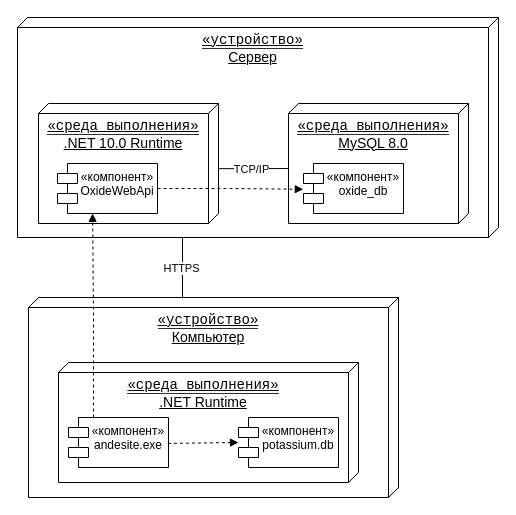
This is diagrams/deployment-diagram-small.drawio from KlosHiHi/CursedProj, a draw.io file, before an edit. Source tidied: cells renumbered, new cells numbered last; positions are measured from the earlier drawing's top-left corner, leaving out a move shared by most shapes. Both pictures are drawn from the tidied source at 100%, with x=0, y=0 at pixel (17, 17).
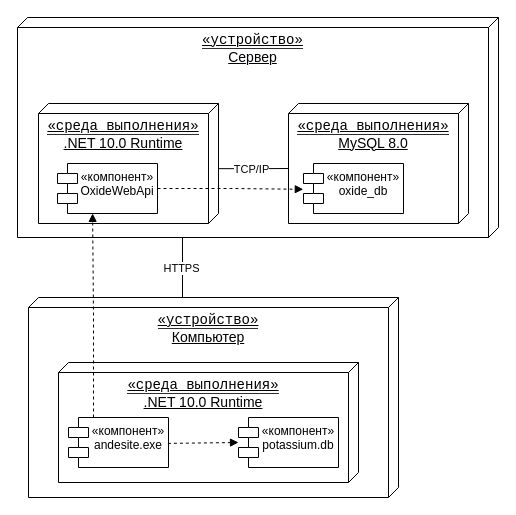
The same page after the edit.

Diff of the diagram source:
```diff
@@
-    <mxCell id="8" value="&lt;code style=&quot;text-decoration-line: none; margin: 0px; border-bottom: 1.25px solid rgb(44, 46, 53);&quot; class=&quot;KDcb0c&quot; dir=&quot;ltr&quot;&gt;&lt;font style=&quot;font-size: 14px;&quot;&gt;«среда выполнения»&lt;/font&gt;&lt;/code&gt;&lt;div&gt;&lt;span style=&quot;font-size: 14px;&quot;&gt;.NET Runtime&lt;/span&gt;&lt;/div&gt;" style="verticalAlign=top;align=center;spacingTop=8;spacingLeft=2;spacingRight=12;shape=cube;size=10;direction=south;fontStyle=4;html=1;whiteSpace=wrap;" parent="1" vertex="1">
+    <mxCell id="8" value="&lt;code style=&quot;text-decoration-line: none; margin: 0px; border-bottom: 1.25px solid rgb(44, 46, 53);&quot; class=&quot;KDcb0c&quot; dir=&quot;ltr&quot;&gt;&lt;font style=&quot;font-size: 14px;&quot;&gt;«среда выполнения»&lt;/font&gt;&lt;/code&gt;&lt;div&gt;&lt;span style=&quot;font-size: 14px;&quot;&gt;.NET 10.0 Runtime&lt;/span&gt;&lt;/div&gt;" style="verticalAlign=top;align=center;spacingTop=8;spacingLeft=2;spacingRight=12;shape=cube;size=10;direction=south;fontStyle=4;html=1;whiteSpace=wrap;" parent="1" vertex="1">
       <mxGeometry x="41" y="345" width="300" height="120" as="geometry" />
     </mxCell>
```
